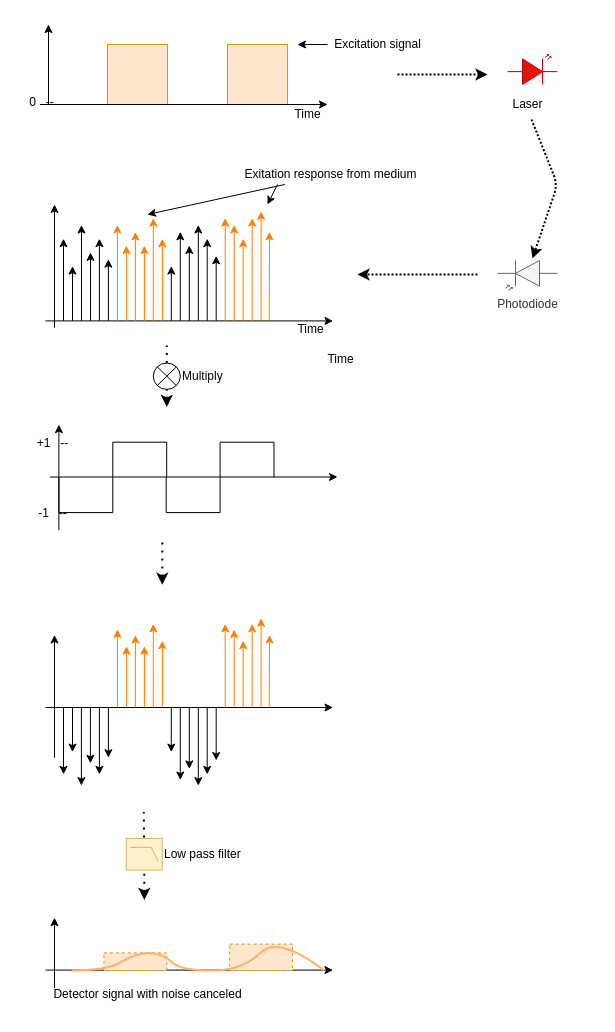
This is page "Signals" (1 of 3) of specs/lockin_detector.drawio from Rune75/Arduino_Synchronous_Detector, a draw.io file, before an edit. Source tidied: cells renumbered, new cells numbered last; positions are measured from the earlier drawing's top-left corner, leaving out a move shared by most shapes. Both pictures are drawn from the tidied source at 100%, with x=0, y=0 at pixel (17, 24).
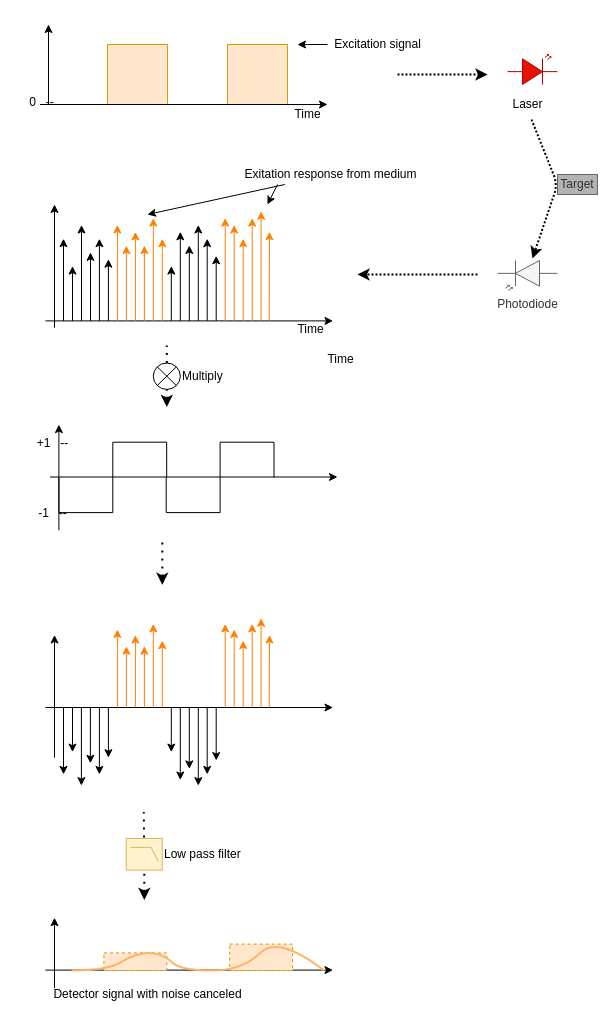
The same page after the edit.

Commit message (it also covers changes not shown here):
uppdated drawing

Diff of the diagram source:
```diff
@@
+    <mxCell id="106" value="Target" style="rounded=0;whiteSpace=wrap;html=1;fillColor=#B3B3B3;strokeColor=#666666;fontColor=#333333;" parent="1" vertex="1">
+      <mxGeometry x="540" y="150" width="40" height="20" as="geometry" />
+    </mxCell>
```
